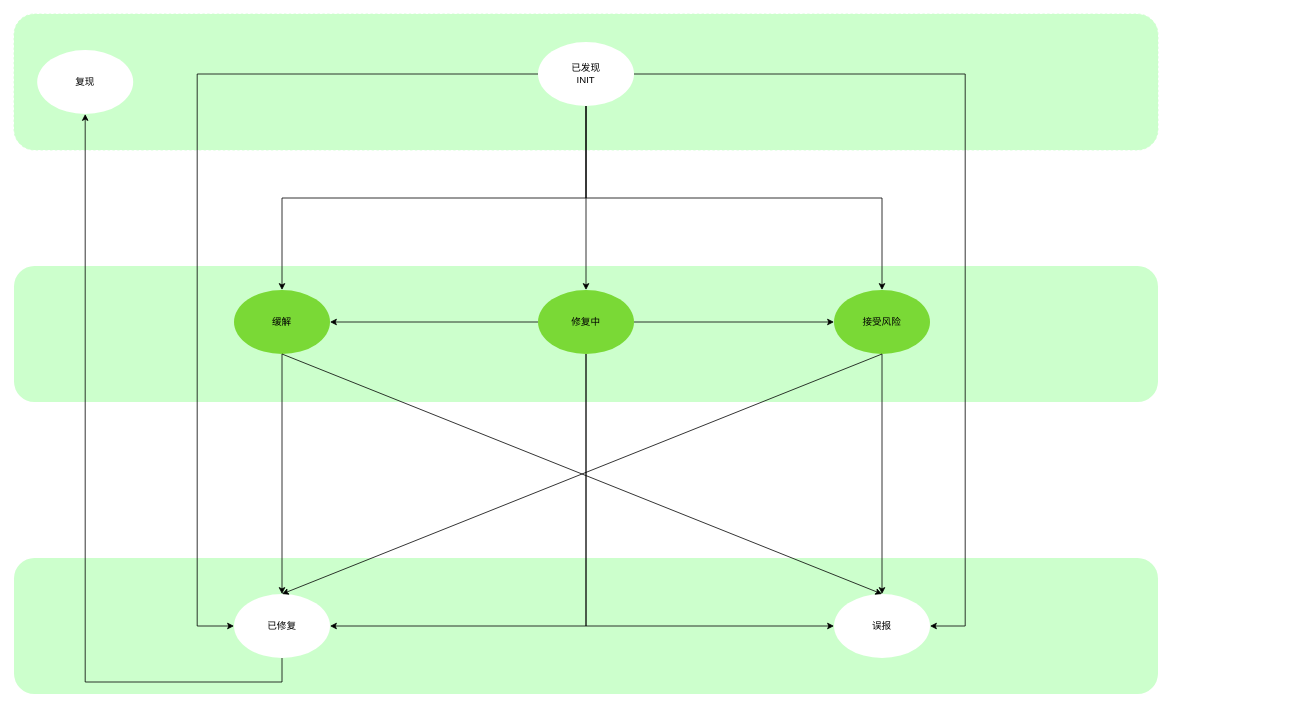
Earlier version of the draw.io diagram 未命名绘图.drawio (caihuayu0322/drawio-github). Source tidied: cells renumbered, new cells numbered last; positions are measured from the earlier drawing's top-left corner, leaving out a move shared by most shapes. Both pictures are drawn from the tidied source at 80%, with x=0, y=0 at pixel (14, 14).
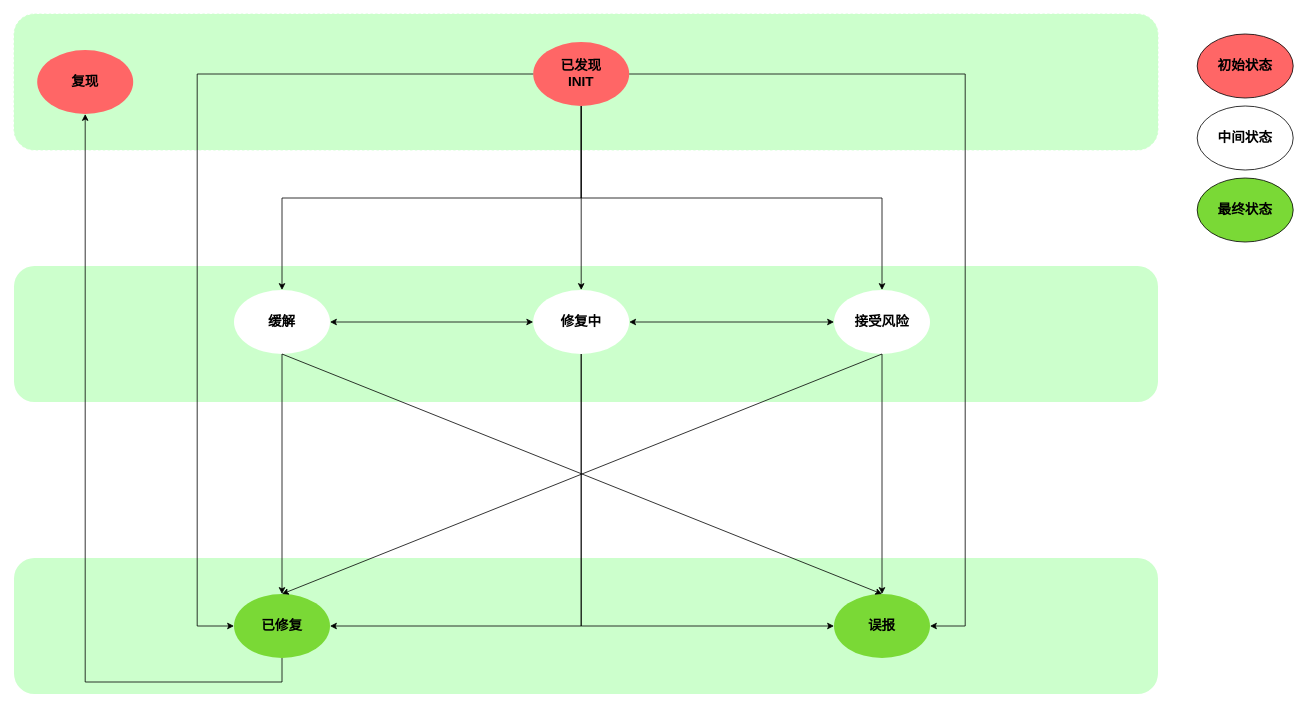
The same page after the edit.

Commit message (it also covers changes not shown here):
更新未命名绘图.drawio

Change to the diagram source:
```diff
@@
-    <mxCell id="2" style="rounded=1;whiteSpace=wrap;html=1;dashed=1;fillColor=#CCFFCC;strokeColor=none;" parent="1" vertex="1">
+    <mxCell id="2" style="rounded=1;whiteSpace=wrap;html=1;dashed=1;fillColor=#CCFFCC;strokeColor=none;fontFamily=Helvetica;fontSize=17;fontStyle=1;" parent="1" vertex="1">
       <mxGeometry y="680" width="1430" height="170" as="geometry" />
     </mxCell>
-    <mxCell id="3" style="rounded=1;whiteSpace=wrap;html=1;dashed=1;fillColor=#CCFFCC;strokeColor=#CCFFCC;gradientColor=none;" parent="1" vertex="1">
+    <mxCell id="3" style="rounded=1;whiteSpace=wrap;html=1;dashed=1;fillColor=#CCFFCC;strokeColor=#CCFFCC;gradientColor=none;fontFamily=Helvetica;fontSize=17;fontStyle=1;" parent="1" vertex="1">
       <mxGeometry width="1430" height="170" as="geometry" />
     </mxCell>
-    <mxCell id="4" style="rounded=1;whiteSpace=wrap;html=1;dashed=1;fillColor=#CCFFCC;strokeColor=none;strokeWidth=3;" parent="1" vertex="1">
+    <mxCell id="4" style="rounded=1;whiteSpace=wrap;html=1;dashed=1;fillColor=#CCFFCC;strokeColor=none;strokeWidth=3;fontFamily=Helvetica;fontSize=17;fontStyle=1;" parent="1" vertex="1">
       <mxGeometry y="315" width="1430" height="170" as="geometry" />
     </mxCell>
-    <mxCell id="5" value="已发现&lt;br&gt;INIT" style="ellipse;whiteSpace=wrap;html=1;fillColor=#FFFFFF;strokeColor=none;" parent="1" vertex="1">
-      <mxGeometry x="655" y="35" width="120" height="80" as="geometry" />
+    <mxCell id="5" value="已发现&lt;br style=&quot;font-size: 17px;&quot;&gt;INIT" style="ellipse;whiteSpace=wrap;html=1;fillColor=#FF6666;strokeColor=none;fontFamily=Helvetica;fontSize=17;fontStyle=1;" parent="1" vertex="1">
+      <mxGeometry x="649" y="35" width="120" height="80" as="geometry" />
     </mxCell>
-    <mxCell id="6" value="修复中&lt;br&gt;" style="ellipse;whiteSpace=wrap;html=1;fillColor=#7AD936;strokeColor=none;" parent="1" vertex="1">
-      <mxGeometry x="655" y="345" width="120" height="80" as="geometry" />
+    <mxCell id="6" value="修复中&lt;br style=&quot;font-size: 17px;&quot;&gt;" style="ellipse;whiteSpace=wrap;html=1;fillColor=#FFFFFF;strokeColor=none;fontFamily=Helvetica;fontSize=17;fontStyle=1;" parent="1" vertex="1">
+      <mxGeometry x="649" y="345" width="120" height="80" as="geometry" />
     </mxCell>
-    <mxCell id="7" value="已修复" style="ellipse;whiteSpace=wrap;html=1;fillColor=#FFFFFF;strokeColor=none;" parent="1" vertex="1">
+    <mxCell id="7" value="已修复" style="ellipse;whiteSpace=wrap;html=1;fillColor=#7AD936;strokeColor=none;fontFamily=Helvetica;fontSize=17;fontStyle=1;" parent="1" vertex="1">
       <mxGeometry x="275" y="725" width="120" height="80" as="geometry" />
     </mxCell>
-    <mxCell id="8" value="缓解" style="ellipse;whiteSpace=wrap;html=1;strokeColor=none;fillColor=#7AD936;" parent="1" vertex="1">
+    <mxCell id="8" value="缓解" style="ellipse;whiteSpace=wrap;html=1;strokeColor=none;fillColor=#FFFFFF;fontFamily=Helvetica;fontSize=17;fontStyle=1;" parent="1" vertex="1">
       <mxGeometry x="275" y="345" width="120" height="80" as="geometry" />
     </mxCell>
-    <mxCell id="9" value="接受风险" style="ellipse;whiteSpace=wrap;html=1;fillColor=#7AD936;strokeColor=none;" parent="1" vertex="1">
+    <mxCell id="9" value="接受风险" style="ellipse;whiteSpace=wrap;html=1;fillColor=#FFFFFF;strokeColor=none;fontFamily=Helvetica;fontSize=17;fontStyle=1;" parent="1" vertex="1">
       <mxGeometry x="1025" y="345" width="120" height="80" as="geometry" />
     </mxCell>
-    <mxCell id="10" value="误报" style="ellipse;whiteSpace=wrap;html=1;fillColor=#FFFFFF;strokeColor=none;" parent="1" vertex="1">
+    <mxCell id="10" value="误报" style="ellipse;whiteSpace=wrap;html=1;fillColor=#7AD936;strokeColor=none;fontFamily=Helvetica;fontSize=17;fontStyle=1;" parent="1" vertex="1">
       <mxGeometry x="1025" y="725" width="120" height="80" as="geometry" />
     </mxCell>
-    <mxCell id="11" value="复现" style="ellipse;whiteSpace=wrap;html=1;strokeColor=none;" parent="1" vertex="1">
+    <mxCell id="11" value="复现" style="ellipse;whiteSpace=wrap;html=1;strokeColor=none;fillColor=#FF6666;fontFamily=Helvetica;fontSize=17;fontStyle=1;" parent="1" vertex="1">
       <mxGeometry x="29" y="45" width="120" height="80" as="geometry" />
     </mxCell>
-    <mxCell id="12" style="endArrow=classic;html=1;rounded=0;exitX=0.5;exitY=1;exitDx=0;exitDy=0;entryX=0.5;entryY=0;entryDx=0;entryDy=0;edgeStyle=orthogonalEdgeStyle;" parent="1" edge="1" source="5" target="6">
+    <mxCell id="12" style="endArrow=classic;html=1;rounded=0;exitX=0.5;exitY=1;exitDx=0;exitDy=0;entryX=0.5;entryY=0;entryDx=0;entryDy=0;edgeStyle=orthogonalEdgeStyle;fontFamily=Helvetica;fontSize=17;fontStyle=1;" parent="1" edge="1" source="5" target="6">
       <mxGeometry relative="1" as="geometry" />
     </mxCell>
-    <mxCell id="13" style="endArrow=classic;html=1;rounded=0;exitX=1;exitY=0.5;exitDx=0;exitDy=0;entryX=0;entryY=0.5;entryDx=0;entryDy=0;" parent="1" edge="1" source="6" target="9">
-      <mxGeometry relative="1" as="geometry" />
-    </mxCell>
-    <mxCell id="14" style="endArrow=classic;html=1;rounded=0;exitX=0;exitY=0.5;exitDx=0;exitDy=0;entryX=1;entryY=0.5;entryDx=0;entryDy=0;" parent="1" edge="1" source="6" target="8">
-      <mxGeometry relative="1" as="geometry" />
-    </mxCell>
-    <mxCell id="15" style="endArrow=classic;html=1;rounded=0;exitX=0.5;exitY=1;exitDx=0;exitDy=0;entryX=0.5;entryY=0;entryDx=0;entryDy=0;" parent="1" edge="1" source="8" target="7">
+    <mxCell id="15" style="endArrow=classic;html=1;rounded=0;exitX=0.5;exitY=1;exitDx=0;exitDy=0;entryX=0.5;entryY=0;entryDx=0;entryDy=0;fontFamily=Helvetica;fontSize=17;fontStyle=1;" parent="1" edge="1" source="8" target="7">
       <mxGeometry relative="1" as="geometry" />
     </mxCell>
-    <mxCell id="16" style="endArrow=classic;html=1;rounded=0;exitX=0.5;exitY=1;exitDx=0;exitDy=0;entryX=0.5;entryY=0;entryDx=0;entryDy=0;" parent="1" edge="1" source="9" target="7">
+    <mxCell id="16" style="endArrow=classic;html=1;rounded=0;exitX=0.5;exitY=1;exitDx=0;exitDy=0;entryX=0.5;entryY=0;entryDx=0;entryDy=0;fontFamily=Helvetica;fontSize=17;fontStyle=1;" parent="1" edge="1" source="9" target="7">
       <mxGeometry relative="1" as="geometry" />
     </mxCell>
-    <mxCell id="17" style="endArrow=classic;html=1;rounded=0;entryX=0.5;entryY=1;entryDx=0;entryDy=0;edgeStyle=orthogonalEdgeStyle;exitX=0.5;exitY=1;exitDx=0;exitDy=0;" parent="1" edge="1" source="7" target="11">
+    <mxCell id="17" style="endArrow=classic;html=1;rounded=0;entryX=0.5;entryY=1;entryDx=0;entryDy=0;edgeStyle=orthogonalEdgeStyle;exitX=0.5;exitY=1;exitDx=0;exitDy=0;fontFamily=Helvetica;fontSize=17;fontStyle=1;" parent="1" edge="1" source="7" target="11">
       <mxGeometry relative="1" as="geometry">
         <Array as="points">
           <mxPoint x="335" y="835" />
           <mxPoint x="89" y="835" />
         </Array>
       </mxGeometry>
     </mxCell>
-    <mxCell id="18" style="endArrow=classic;html=1;rounded=0;entryX=1;entryY=0.5;entryDx=0;entryDy=0;exitX=0.5;exitY=1;exitDx=0;exitDy=0;edgeStyle=orthogonalEdgeStyle;" parent="1" edge="1" source="6" target="7">
+    <mxCell id="18" style="endArrow=classic;html=1;rounded=0;entryX=1;entryY=0.5;entryDx=0;entryDy=0;exitX=0.5;exitY=1;exitDx=0;exitDy=0;edgeStyle=orthogonalEdgeStyle;fontFamily=Helvetica;fontSize=17;fontStyle=1;" parent="1" edge="1" source="6" target="7">
       <mxGeometry relative="1" as="geometry" />
     </mxCell>
-    <mxCell id="19" style="endArrow=classic;html=1;rounded=0;exitX=0.5;exitY=1;exitDx=0;exitDy=0;entryX=0;entryY=0.5;entryDx=0;entryDy=0;edgeStyle=orthogonalEdgeStyle;" parent="1" edge="1" source="6" target="10">
+    <mxCell id="19" style="endArrow=classic;html=1;rounded=0;exitX=0.5;exitY=1;exitDx=0;exitDy=0;entryX=0;entryY=0.5;entryDx=0;entryDy=0;edgeStyle=orthogonalEdgeStyle;fontFamily=Helvetica;fontSize=17;fontStyle=1;" parent="1" edge="1" source="6" target="10">
       <mxGeometry relative="1" as="geometry" />
     </mxCell>
-    <mxCell id="20" style="endArrow=classic;html=1;rounded=0;exitX=0.5;exitY=1;exitDx=0;exitDy=0;entryX=0.5;entryY=0;entryDx=0;entryDy=0;" parent="1" edge="1" source="8" target="10">
+    <mxCell id="20" style="endArrow=classic;html=1;rounded=0;exitX=0.5;exitY=1;exitDx=0;exitDy=0;entryX=0.5;entryY=0;entryDx=0;entryDy=0;fontFamily=Helvetica;fontSize=17;fontStyle=1;" parent="1" edge="1" source="8" target="10">
       <mxGeometry relative="1" as="geometry" />
     </mxCell>
-    <mxCell id="21" style="endArrow=classic;html=1;rounded=0;exitX=0.5;exitY=1;exitDx=0;exitDy=0;entryX=0.5;entryY=0;entryDx=0;entryDy=0;" parent="1" edge="1" source="9" target="10">
+    <mxCell id="21" style="endArrow=classic;html=1;rounded=0;exitX=0.5;exitY=1;exitDx=0;exitDy=0;entryX=0.5;entryY=0;entryDx=0;entryDy=0;fontFamily=Helvetica;fontSize=17;fontStyle=1;" parent="1" edge="1" source="9" target="10">
       <mxGeometry relative="1" as="geometry" />
     </mxCell>
-    <mxCell id="22" style="endArrow=classic;html=1;rounded=0;exitX=0;exitY=0.5;exitDx=0;exitDy=0;entryX=0;entryY=0.5;entryDx=0;entryDy=0;edgeStyle=orthogonalEdgeStyle;" parent="1" edge="1" source="5" target="7">
+    <mxCell id="22" style="endArrow=classic;html=1;rounded=0;exitX=0;exitY=0.5;exitDx=0;exitDy=0;entryX=0;entryY=0.5;entryDx=0;entryDy=0;edgeStyle=orthogonalEdgeStyle;fontFamily=Helvetica;fontSize=17;fontStyle=1;" parent="1" edge="1" source="5" target="7">
       <mxGeometry relative="1" as="geometry">
         <Array as="points">
           <mxPoint x="229" y="75" />
           <mxPoint x="229" y="765" />
         </Array>
       </mxGeometry>
     </mxCell>
-    <mxCell id="23" style="endArrow=classic;html=1;rounded=0;exitX=1;exitY=0.5;exitDx=0;exitDy=0;entryX=1;entryY=0.5;entryDx=0;entryDy=0;edgeStyle=orthogonalEdgeStyle;" parent="1" edge="1" source="5" target="10">
+    <mxCell id="23" style="endArrow=classic;html=1;rounded=0;exitX=1;exitY=0.5;exitDx=0;exitDy=0;entryX=1;entryY=0.5;entryDx=0;entryDy=0;edgeStyle=orthogonalEdgeStyle;fontFamily=Helvetica;fontSize=17;fontStyle=1;" parent="1" edge="1" source="5" target="10">
       <mxGeometry relative="1" as="geometry">
         <Array as="points">
           <mxPoint x="1189" y="75" />
           <mxPoint x="1189" y="765" />
         </Array>
       </mxGeometry>
     </mxCell>
-    <mxCell id="24" style="endArrow=classic;html=1;rounded=0;exitX=0.5;exitY=1;exitDx=0;exitDy=0;entryX=0.5;entryY=0;entryDx=0;entryDy=0;edgeStyle=orthogonalEdgeStyle;" parent="1" edge="1" source="5" target="8">
+    <mxCell id="24" style="endArrow=classic;html=1;rounded=0;exitX=0.5;exitY=1;exitDx=0;exitDy=0;entryX=0.5;entryY=0;entryDx=0;entryDy=0;edgeStyle=orthogonalEdgeStyle;fontFamily=Helvetica;fontSize=17;fontStyle=1;" parent="1" edge="1" source="5" target="8">
       <mxGeometry relative="1" as="geometry" />
     </mxCell>
-    <mxCell id="25" style="endArrow=classic;html=1;rounded=0;exitX=0.5;exitY=1;exitDx=0;exitDy=0;entryX=0.5;entryY=0;entryDx=0;entryDy=0;edgeStyle=orthogonalEdgeStyle;" parent="1" edge="1" source="5" target="9">
+    <mxCell id="25" style="endArrow=classic;html=1;rounded=0;exitX=0.5;exitY=1;exitDx=0;exitDy=0;entryX=0.5;entryY=0;entryDx=0;entryDy=0;edgeStyle=orthogonalEdgeStyle;fontFamily=Helvetica;fontSize=17;fontStyle=1;" parent="1" edge="1" source="5" target="9">
       <mxGeometry relative="1" as="geometry" />
     </mxCell>
+    <mxCell id="26" value="初始状态" style="ellipse;whiteSpace=wrap;html=1;fillColor=#FF6666;strokeColor=default;fontFamily=Helvetica;fontSize=17;fontStyle=1;" parent="1" vertex="1">
+      <mxGeometry x="1479" y="25" width="120" height="80" as="geometry" />
+    </mxCell>
+    <mxCell id="27" value="中间状态" style="ellipse;whiteSpace=wrap;html=1;fillColor=#FFFFFF;strokeColor=default;fontFamily=Helvetica;fontSize=17;fontStyle=1;" parent="1" vertex="1">
+      <mxGeometry x="1479" y="115" width="120" height="80" as="geometry" />
+    </mxCell>
+    <mxCell id="28" value="最终状态" style="ellipse;whiteSpace=wrap;html=1;fillColor=#7AD936;strokeColor=default;fontFamily=Helvetica;fontSize=17;fontStyle=1;" parent="1" vertex="1">
+      <mxGeometry x="1479" y="205" width="120" height="80" as="geometry" />
+    </mxCell>
+    <mxCell id="29" style="endArrow=classic;startArrow=classic;html=1;rounded=0;exitX=1;exitY=0.5;exitDx=0;exitDy=0;entryX=0;entryY=0.5;entryDx=0;entryDy=0;" parent="1" edge="1" source="8" target="6">
+      <mxGeometry relative="1" as="geometry" />
+    </mxCell>
+    <mxCell id="13" style="endArrow=classic;startArrow=classic;html=1;rounded=0;entryX=0;entryY=0.5;entryDx=0;entryDy=0;exitX=1;exitY=0.5;exitDx=0;exitDy=0;" parent="1" edge="1" source="6" target="9">
+      <mxGeometry relative="1" as="geometry" />
+    </mxCell>
```
